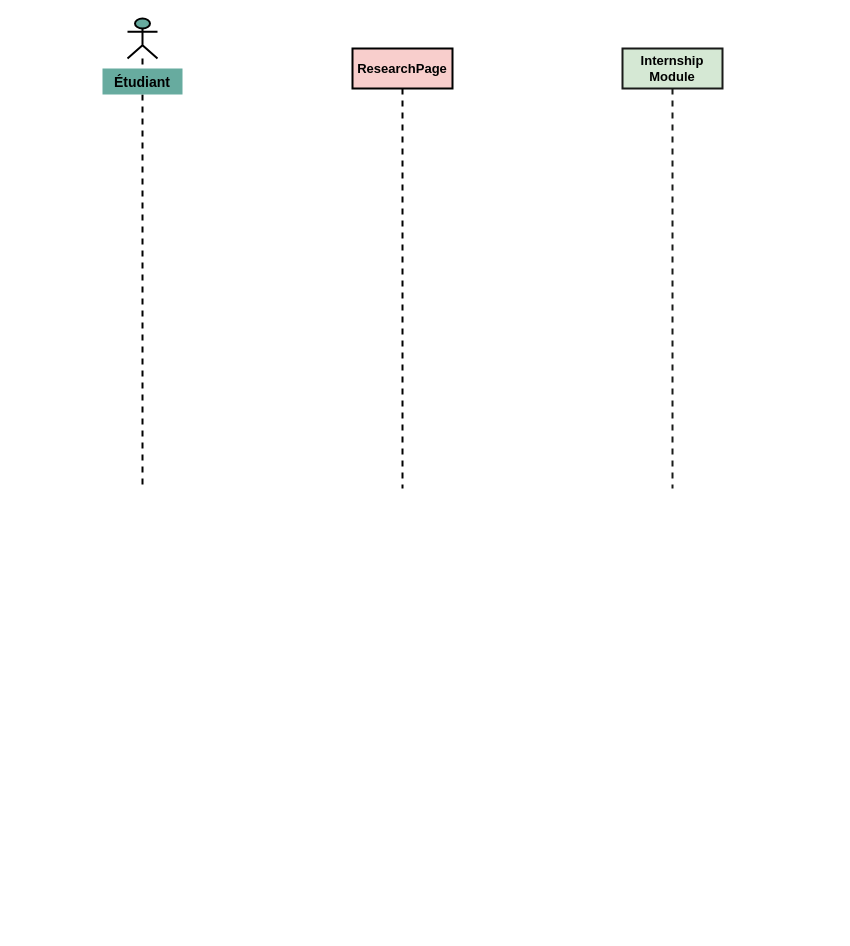
This is Untitled Diagram.drawio from Oussama-El-Benney/Banquejava, a draw.io file, before an edit. Source tidied: cells renumbered, new cells numbered last; positions are measured from the earlier drawing's top-left corner, leaving out a move shared by most shapes. Both pictures are drawn from the tidied source at 100%, with x=0, y=0 at pixel (102, 18).
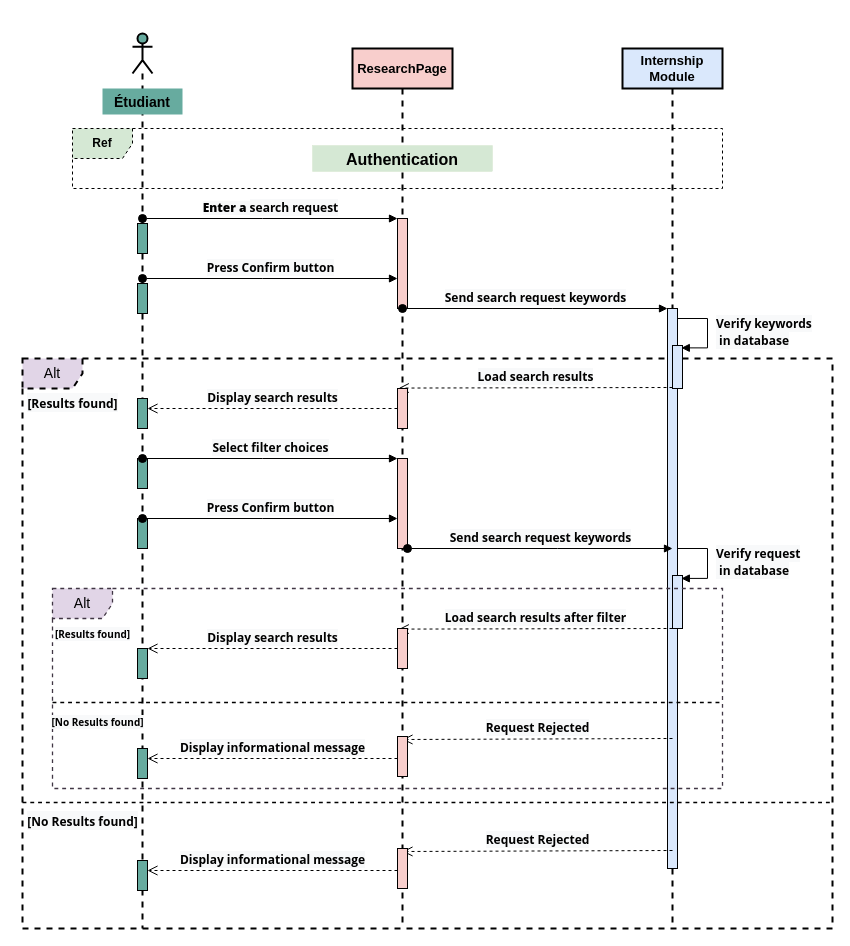
The same page after the edit.

The edit, as a diff of the source:
```diff
@@
+    <mxCell id="6" value="Alt" style="shape=umlFrame;whiteSpace=wrap;html=1;labelBackgroundColor=none;strokeWidth=2;fontSize=14;dashed=1;fillColor=#e1d5e7;strokeColor=#000000;perimeterSpacing=0;spacingRight=0;" parent="1" vertex="1">
+      <mxGeometry x="-80" y="340" width="810" height="570" as="geometry" />
+    </mxCell>
     <mxCell id="2" value="&lt;b&gt;&lt;font style=&quot;font-size: 13px;&quot;&gt;ResearchPage&lt;/font&gt;&lt;/b&gt;" style="shape=umlLifeline;perimeter=lifelinePerimeter;whiteSpace=wrap;html=1;outlineConnect=0;strokeWidth=2;fillColor=#f8cecc;strokeColor=#000000;" parent="1" vertex="1">
-      <mxGeometry x="250" y="30" width="100" height="440" as="geometry" />
+      <mxGeometry x="250" y="30" width="100" height="880" as="geometry" />
     </mxCell>
+    <mxCell id="7" style="html=1;points=[];perimeter=orthogonalPerimeter;labelBackgroundColor=none;strokeColor=#000000;strokeWidth=1;fontSize=16;fillColor=#f8cecc;" parent="2" vertex="1">
+      <mxGeometry x="45" y="170" width="10" height="90" as="geometry" />
+    </mxCell>
-    <mxCell id="3" value="&lt;font style=&quot;font-size: 13px;&quot;&gt;&lt;b&gt;Internship&lt;br&gt;Module&lt;/b&gt;&lt;/font&gt;" style="shape=umlLifeline;perimeter=lifelinePerimeter;whiteSpace=wrap;html=1;strokeWidth=2;fillColor=#d5e8d4;strokeColor=#191a19;" parent="1" vertex="1">
-      <mxGeometry x="520" y="30" width="100" height="440" as="geometry" />
+    <mxCell id="3" value="&lt;font style=&quot;font-size: 13px;&quot;&gt;&lt;b&gt;Internship&lt;br&gt;Module&lt;/b&gt;&lt;/font&gt;" style="shape=umlLifeline;perimeter=lifelinePerimeter;whiteSpace=wrap;html=1;strokeWidth=2;fillColor=#dae8fc;strokeColor=#000000;" parent="1" vertex="1">
+      <mxGeometry x="520" y="30" width="100" height="880" as="geometry" />
     </mxCell>
+    <mxCell id="8" style="html=1;points=[];perimeter=orthogonalPerimeter;labelBackgroundColor=none;strokeColor=#000000;strokeWidth=1;fontSize=14;fillColor=#dae8fc;" parent="3" vertex="1">
+      <mxGeometry x="45" y="260" width="10" height="560" as="geometry" />
+    </mxCell>
+    <mxCell id="9" value="&lt;span style=&quot;box-sizing: content-box; -webkit-font-smoothing: antialiased; font-weight: bolder; font-family: &amp;quot;Open Sans&amp;quot;, &amp;quot;VP Default&amp;quot;; font-size: 12px; text-align: center; background-color: rgb(248, 249, 250);&quot;&gt;Verify keywords&lt;br&gt;&amp;nbsp;in database&lt;/span&gt;" style="edgeStyle=orthogonalEdgeStyle;html=1;align=left;spacingLeft=2;endArrow=block;rounded=0;entryX=0.883;entryY=0.055;fontSize=14;entryDx=0;entryDy=0;entryPerimeter=0;" parent="3" edge="1" target="22">
+      <mxGeometry y="5" relative="1" as="geometry">
+        <mxPoint x="55" y="270" as="sourcePoint" />
+        <Array as="points">
+          <mxPoint x="85" y="270" />
+          <mxPoint x="85" y="299" />
+        </Array>
+      </mxGeometry>
+    </mxCell>
     <mxCell id="4" style="shape=umlLifeline;participant=umlActor;perimeter=lifelinePerimeter;whiteSpace=wrap;html=1;verticalAlign=top;spacingTop=36;outlineConnect=0;fillColor=#67AB9F;align=left;strokeWidth=2;" parent="1" vertex="1">
-      <mxGeometry x="25" width="30" height="470" as="geometry" />
+      <mxGeometry x="30" y="15" width="20" height="895" as="geometry" />
     </mxCell>
+    <mxCell id="10" style="html=1;perimeter=orthogonalPerimeter;labelBackgroundColor=none;strokeColor=#000000;strokeWidth=1;fontSize=16;fillColor=#67ab9f;" parent="4" vertex="1">
+      <mxGeometry x="5" y="190" width="10" height="30" as="geometry" />
+    </mxCell>
+    <mxCell id="11" style="html=1;perimeter=orthogonalPerimeter;labelBackgroundColor=none;strokeColor=#000000;strokeWidth=1;fontSize=16;fillColor=#67ab9f;" parent="4" vertex="1">
+      <mxGeometry x="5" y="250" width="10" height="30" as="geometry" />
+    </mxCell>
-    <mxCell id="5" value="Étudiant" style="text;align=center;fontStyle=1;verticalAlign=middle;spacingLeft=3;spacingRight=3;strokeColor=none;strokeWidth=2;fontSize=14;fillColor=#67AB9F;" parent="1" vertex="1">
-      <mxGeometry y="50" width="80" height="26" as="geometry" />
+    <mxCell id="5" value="Étudiant" style="text;align=center;fontStyle=1;verticalAlign=middle;spacingLeft=3;spacingRight=3;strokeColor=none;strokeWidth=2;fontSize=14;fillColor=#67AB9F;" parent="4" vertex="1">
+      <mxGeometry x="-30" y="55" width="80" height="26" as="geometry" />
     </mxCell>
+    <mxCell id="12" value="Ref" style="shape=umlFrame;whiteSpace=wrap;html=1;fillColor=#d5e8d4;strokeColor=#000000;fontStyle=1;dashed=1;" parent="1" vertex="1">
+      <mxGeometry x="-30" y="110" width="650" height="60" as="geometry" />
+    </mxCell>
+    <mxCell id="13" value="Authentication" style="text;align=center;fontStyle=1;verticalAlign=middle;spacingLeft=3;spacingRight=3;strokeColor=#82b366;fontSize=16;labelBackgroundColor=none;fillColor=#d5e8d4;strokeWidth=0;" parent="1" vertex="1">
+      <mxGeometry x="210" y="127" width="180" height="26" as="geometry" />
+    </mxCell>
+    <mxCell id="14" value="&lt;font style=&quot;box-sizing: content-box; -webkit-font-smoothing: antialiased; font-family: &amp;quot;Open Sans&amp;quot;, &amp;quot;VP Default&amp;quot;; font-weight: 700; background-color: rgb(248, 249, 250);&quot; size=&quot;1&quot;&gt;&lt;span style=&quot;box-sizing: content-box; -webkit-font-smoothing: antialiased; font-weight: bolder; font-size: 12px;&quot;&gt;Enter a&amp;nbsp;&lt;/span&gt;&lt;/font&gt;&lt;span style=&quot;font-family: &amp;quot;Open Sans&amp;quot;, &amp;quot;VP Default&amp;quot;; font-size: 12px; font-weight: 700; background-color: rgb(248, 249, 250);&quot;&gt;search request&lt;/span&gt;" style="html=1;verticalAlign=bottom;startArrow=oval;endArrow=block;startSize=8;rounded=0;fontSize=16;" parent="1" edge="1" source="4" target="7">
+      <mxGeometry relative="1" as="geometry">
+        <Array as="points">
+          <mxPoint x="160" y="200" />
+        </Array>
+      </mxGeometry>
+    </mxCell>
+    <mxCell id="15" value="&lt;span style=&quot;box-sizing: content-box; -webkit-font-smoothing: antialiased; font-weight: bolder; font-family: &amp;quot;Open Sans&amp;quot;, &amp;quot;VP Default&amp;quot;; font-size: 12px; background-color: rgb(248, 249, 250);&quot;&gt;Press Confirm button&lt;/span&gt;" style="html=1;verticalAlign=bottom;startArrow=oval;endArrow=block;startSize=8;rounded=0;fontSize=16;" parent="1" edge="1">
+      <mxGeometry relative="1" as="geometry">
+        <mxPoint x="40" y="260" as="sourcePoint" />
+        <mxPoint x="295" y="260" as="targetPoint" />
+        <Array as="points">
+          <mxPoint x="160" y="260" />
+        </Array>
+      </mxGeometry>
+    </mxCell>
+    <mxCell id="16" value="&lt;span style=&quot;box-sizing: content-box; -webkit-font-smoothing: antialiased; font-weight: bolder; font-family: &amp;quot;Open Sans&amp;quot;, &amp;quot;VP Default&amp;quot;; font-size: 12px; background-color: rgb(248, 249, 250);&quot;&gt;Send search request keywords&lt;/span&gt;" style="html=1;verticalAlign=bottom;startArrow=oval;endArrow=block;startSize=8;rounded=0;fontSize=14;" parent="1" edge="1" source="2" target="8">
+      <mxGeometry relative="1" as="geometry">
+        <Array as="points">
+          <mxPoint x="450" y="290" />
+        </Array>
+      </mxGeometry>
+    </mxCell>
+    <mxCell id="17" value="&lt;span style=&quot;box-sizing: content-box; -webkit-font-smoothing: antialiased; font-weight: bolder; font-family: &amp;quot;Open Sans&amp;quot;, &amp;quot;VP Default&amp;quot;; background-color: rgb(248, 249, 250);&quot;&gt;&lt;font style=&quot;font-size: 12px;&quot;&gt;[Results found]&lt;/font&gt;&lt;/span&gt;" style="text;html=1;align=center;verticalAlign=middle;strokeColor=none;fillColor=none;fontSize=14;" parent="1" vertex="1">
+      <mxGeometry x="-85" y="370" width="110" height="30" as="geometry" />
+    </mxCell>
+    <mxCell id="18" value="&lt;span style=&quot;box-sizing: content-box; -webkit-font-smoothing: antialiased; font-weight: bolder; font-family: &amp;quot;Open Sans&amp;quot;, &amp;quot;VP Default&amp;quot;; font-size: 12px; background-color: rgb(248, 249, 250);&quot;&gt;&lt;font style=&quot;box-sizing: content-box; -webkit-font-smoothing: antialiased;&quot;&gt;Load search results&lt;/font&gt;&lt;/span&gt;" style="html=1;verticalAlign=bottom;endArrow=open;dashed=1;endSize=8;rounded=0;fontSize=14;entryX=0.128;entryY=-0.011;entryDx=0;entryDy=0;entryPerimeter=0;" parent="1" edge="1" target="19">
+      <mxGeometry relative="1" as="geometry">
+        <mxPoint x="570" y="369" as="sourcePoint" />
+      </mxGeometry>
+    </mxCell>
+    <mxCell id="19" style="html=1;points=[];perimeter=orthogonalPerimeter;labelBackgroundColor=none;strokeColor=#000000;strokeWidth=1;fontSize=14;fillColor=#f8cecc;" parent="1" vertex="1">
+      <mxGeometry x="295" y="370" width="10" height="40" as="geometry" />
+    </mxCell>
+    <mxCell id="20" value="&lt;span style=&quot;box-sizing: content-box; -webkit-font-smoothing: antialiased; font-weight: bolder; font-family: &amp;quot;Open Sans&amp;quot;, &amp;quot;VP Default&amp;quot;; font-size: 12px; background-color: rgb(248, 249, 250);&quot;&gt;Display search results&lt;/span&gt;" style="html=1;verticalAlign=bottom;endArrow=open;dashed=1;endSize=8;rounded=0;fontSize=14;" parent="1" edge="1" source="19" target="21">
+      <mxGeometry relative="1" as="geometry" />
+    </mxCell>
+    <mxCell id="21" style="html=1;points=[];perimeter=orthogonalPerimeter;labelBackgroundColor=none;strokeColor=#000000;strokeWidth=1;fontSize=16;fillColor=#67ab9f;" parent="1" vertex="1">
+      <mxGeometry x="35" y="380" width="10" height="30" as="geometry" />
+    </mxCell>
+    <mxCell id="22" style="html=1;points=[];perimeter=orthogonalPerimeter;labelBackgroundColor=none;strokeColor=#000000;strokeWidth=1;fontSize=16;fillColor=#dae8fc;" parent="1" vertex="1">
+      <mxGeometry x="570" y="327" width="10" height="43" as="geometry" />
+    </mxCell>
+    <mxCell id="23" style="html=1;perimeter=orthogonalPerimeter;labelBackgroundColor=none;strokeColor=#000000;strokeWidth=1;fontSize=16;fillColor=#67ab9f;" parent="1" vertex="1">
+      <mxGeometry x="35" y="440" width="10" height="30" as="geometry" />
+    </mxCell>
+    <mxCell id="24" style="html=1;perimeter=orthogonalPerimeter;labelBackgroundColor=none;strokeColor=#000000;strokeWidth=1;fontSize=16;fillColor=#67ab9f;" parent="1" vertex="1">
+      <mxGeometry x="35" y="500" width="10" height="30" as="geometry" />
+    </mxCell>
+    <mxCell id="25" value="&lt;span style=&quot;box-sizing: content-box; -webkit-font-smoothing: antialiased; font-weight: bolder; font-family: &amp;quot;Open Sans&amp;quot;, &amp;quot;VP Default&amp;quot;; font-size: 12px; background-color: rgb(248, 249, 250);&quot;&gt;Select filter choices&lt;/span&gt;" style="html=1;verticalAlign=bottom;startArrow=oval;endArrow=block;startSize=8;rounded=0;fontSize=16;" parent="1" edge="1">
+      <mxGeometry relative="1" as="geometry">
+        <mxPoint x="40" y="440" as="sourcePoint" />
+        <mxPoint x="295" y="440" as="targetPoint" />
+        <Array as="points">
+          <mxPoint x="160" y="440" />
+        </Array>
+      </mxGeometry>
+    </mxCell>
+    <mxCell id="26" value="&lt;span style=&quot;font-family: &amp;quot;Open Sans&amp;quot;, &amp;quot;VP Default&amp;quot;; font-size: 12px; background-color: rgb(248, 249, 250);&quot;&gt;&lt;b&gt;Press Confirm button&lt;/b&gt;&lt;/span&gt;" style="html=1;verticalAlign=bottom;startArrow=oval;endArrow=block;startSize=8;rounded=0;fontSize=16;" parent="1" edge="1">
+      <mxGeometry relative="1" as="geometry">
+        <mxPoint x="40" y="500" as="sourcePoint" />
+        <mxPoint x="295" y="500" as="targetPoint" />
+        <Array as="points">
+          <mxPoint x="160" y="500" />
+        </Array>
+      </mxGeometry>
+    </mxCell>
+    <mxCell id="27" style="html=1;perimeter=orthogonalPerimeter;labelBackgroundColor=none;strokeColor=#000000;strokeWidth=1;fontSize=16;fillColor=#f8cecc;" parent="1" vertex="1">
+      <mxGeometry x="295" y="440" width="10" height="90" as="geometry" />
+    </mxCell>
+    <mxCell id="28" value="&lt;span style=&quot;box-sizing: content-box; -webkit-font-smoothing: antialiased; font-weight: bolder; font-family: &amp;quot;Open Sans&amp;quot;, &amp;quot;VP Default&amp;quot;; font-size: 12px; background-color: rgb(248, 249, 250);&quot;&gt;Send search request keywords&lt;/span&gt;" style="html=1;verticalAlign=bottom;startArrow=oval;endArrow=block;startSize=8;rounded=0;fontSize=14;" parent="1" edge="1">
+      <mxGeometry relative="1" as="geometry">
+        <mxPoint x="305" y="530" as="sourcePoint" />
+        <mxPoint x="570" y="530" as="targetPoint" />
+        <Array as="points">
+          <mxPoint x="455" y="530" />
+        </Array>
+      </mxGeometry>
+    </mxCell>
+    <mxCell id="29" value="&lt;span style=&quot;box-sizing: content-box; -webkit-font-smoothing: antialiased; font-weight: bolder; font-family: &amp;quot;Open Sans&amp;quot;, &amp;quot;VP Default&amp;quot;; font-size: 12px; text-align: center; background-color: rgb(248, 249, 250);&quot;&gt;Verify request&lt;br&gt;&amp;nbsp;in database&lt;/span&gt;" style="edgeStyle=orthogonalEdgeStyle;html=1;align=left;spacingLeft=2;endArrow=block;rounded=0;entryX=0.883;entryY=0.055;fontSize=14;entryDx=0;entryDy=0;entryPerimeter=0;" parent="1" edge="1" target="30">
+      <mxGeometry y="5" relative="1" as="geometry">
+        <mxPoint x="575" y="530" as="sourcePoint" />
+        <Array as="points">
+          <mxPoint x="605" y="530" />
+          <mxPoint x="605" y="559" />
+        </Array>
+      </mxGeometry>
+    </mxCell>
+    <mxCell id="30" style="html=1;points=[];perimeter=orthogonalPerimeter;labelBackgroundColor=none;strokeColor=#000000;strokeWidth=1;fontSize=16;fillColor=#dae8fc;" parent="1" vertex="1">
+      <mxGeometry x="570" y="557" width="10" height="53" as="geometry" />
+    </mxCell>
+    <mxCell id="31" value="Alt" style="shape=umlFrame;whiteSpace=wrap;html=1;labelBackgroundColor=none;strokeColor=#403644;strokeWidth=1.3;fontSize=14;fillColor=#e1d5e7;dashed=1;" parent="1" vertex="1">
+      <mxGeometry x="-50" y="570" width="670" height="200" as="geometry" />
+    </mxCell>
+    <mxCell id="32" value="&lt;span style=&quot;box-sizing: content-box; -webkit-font-smoothing: antialiased; font-weight: bolder; font-family: &amp;quot;Open Sans&amp;quot;, &amp;quot;VP Default&amp;quot;; font-size: x-small; background-color: rgb(248, 249, 250);&quot;&gt;[Results found]&lt;/span&gt;" style="text;html=1;align=center;verticalAlign=middle;strokeColor=none;fillColor=none;fontSize=14;" parent="1" vertex="1">
+      <mxGeometry x="-60" y="600" width="100" height="30" as="geometry" />
+    </mxCell>
+    <mxCell id="33" value="&lt;span style=&quot;box-sizing: content-box; -webkit-font-smoothing: antialiased; font-weight: bolder; font-family: &amp;quot;Open Sans&amp;quot;, &amp;quot;VP Default&amp;quot;; font-size: 12px; background-color: rgb(248, 249, 250);&quot;&gt;&lt;font style=&quot;box-sizing: content-box; -webkit-font-smoothing: antialiased;&quot;&gt;Load search results after filter&lt;/font&gt;&lt;/span&gt;" style="html=1;verticalAlign=bottom;endArrow=open;dashed=1;endSize=8;rounded=0;fontSize=14;entryX=0.128;entryY=-0.011;entryDx=0;entryDy=0;entryPerimeter=0;" parent="1" edge="1">
+      <mxGeometry relative="1" as="geometry">
+        <mxPoint x="570" y="610" as="sourcePoint" />
+        <mxPoint x="296.3" y="610.6" as="targetPoint" />
+      </mxGeometry>
+    </mxCell>
+    <mxCell id="34" style="html=1;perimeter=orthogonalPerimeter;labelBackgroundColor=none;strokeColor=#000000;strokeWidth=1;fontSize=14;fillColor=#f8cecc;" parent="1" vertex="1">
+      <mxGeometry x="295" y="610" width="10" height="40" as="geometry" />
+    </mxCell>
+    <mxCell id="35" value="&lt;span style=&quot;box-sizing: content-box; -webkit-font-smoothing: antialiased; font-weight: bolder; font-family: &amp;quot;Open Sans&amp;quot;, &amp;quot;VP Default&amp;quot;; font-size: 12px; background-color: rgb(248, 249, 250);&quot;&gt;Display search results&lt;/span&gt;" style="html=1;verticalAlign=bottom;endArrow=open;dashed=1;endSize=8;rounded=0;fontSize=14;" parent="1" edge="1" target="36">
+      <mxGeometry relative="1" as="geometry">
+        <mxPoint x="295" y="630" as="sourcePoint" />
+      </mxGeometry>
+    </mxCell>
+    <mxCell id="36" style="html=1;points=[];perimeter=orthogonalPerimeter;labelBackgroundColor=none;strokeColor=#000000;strokeWidth=1;fontSize=16;fillColor=#67ab9f;" parent="1" vertex="1">
+      <mxGeometry x="35" y="630" width="10" height="30" as="geometry" />
+    </mxCell>
+    <mxCell id="37" style="line;strokeWidth=1.3;fillColor=none;align=left;verticalAlign=middle;spacingTop=-1;spacingLeft=3;spacingRight=3;labelPosition=right;strokeColor=inherit;dashed=1;labelBackgroundColor=none;fontSize=14;" parent="1" vertex="1">
+      <mxGeometry x="-50" y="680" width="670" height="8" as="geometry" />
+    </mxCell>
+    <mxCell id="38" value="&lt;span style=&quot;box-sizing: content-box; -webkit-font-smoothing: antialiased; font-weight: bolder; font-family: &amp;quot;Open Sans&amp;quot;, &amp;quot;VP Default&amp;quot;; font-size: x-small; background-color: rgb(248, 249, 250);&quot;&gt;[No Results found]&lt;/span&gt;" style="text;html=1;align=center;verticalAlign=middle;strokeColor=none;fillColor=none;fontSize=14;" parent="1" vertex="1">
+      <mxGeometry x="-65" y="688" width="120" height="30" as="geometry" />
+    </mxCell>
+    <mxCell id="39" value="&lt;span style=&quot;box-sizing: content-box; -webkit-font-smoothing: antialiased; font-weight: bolder; font-family: &amp;quot;Open Sans&amp;quot;, &amp;quot;VP Default&amp;quot;; font-size: 12px; background-color: rgb(248, 249, 250);&quot;&gt;Request Rejected&lt;/span&gt;" style="html=1;verticalAlign=bottom;endArrow=open;dashed=1;endSize=8;rounded=0;fontSize=14;" parent="1" edge="1">
+      <mxGeometry relative="1" as="geometry">
+        <mxPoint x="570" y="720" as="sourcePoint" />
+        <mxPoint x="300" y="721" as="targetPoint" />
+      </mxGeometry>
+    </mxCell>
+    <mxCell id="40" value="&lt;span style=&quot;font-family: &amp;quot;Open Sans&amp;quot;, &amp;quot;VP Default&amp;quot;; font-size: 12px; background-color: rgb(248, 249, 250);&quot;&gt;&lt;b&gt;Display informational message&lt;/b&gt;&lt;/span&gt;" style="html=1;verticalAlign=bottom;endArrow=open;dashed=1;endSize=8;rounded=0;fontSize=14;" parent="1" edge="1" target="42">
+      <mxGeometry relative="1" as="geometry">
+        <mxPoint x="295" y="740" as="sourcePoint" />
+      </mxGeometry>
+    </mxCell>
+    <mxCell id="41" style="html=1;perimeter=orthogonalPerimeter;labelBackgroundColor=none;strokeColor=#000000;strokeWidth=1;fontSize=14;fillColor=#f8cecc;" parent="1" vertex="1">
+      <mxGeometry x="295" y="718" width="10" height="40" as="geometry" />
+    </mxCell>
+    <mxCell id="42" style="html=1;points=[];perimeter=orthogonalPerimeter;labelBackgroundColor=none;strokeColor=#000000;strokeWidth=1;fontSize=16;fillColor=#67ab9f;" parent="1" vertex="1">
+      <mxGeometry x="35" y="730" width="10" height="30" as="geometry" />
+    </mxCell>
+    <mxCell id="43" value="&lt;span style=&quot;box-sizing: content-box; -webkit-font-smoothing: antialiased; font-weight: bolder; font-family: &amp;quot;Open Sans&amp;quot;, &amp;quot;VP Default&amp;quot;; font-size: 12px; background-color: rgb(248, 249, 250);&quot;&gt;Request Rejected&lt;/span&gt;" style="html=1;verticalAlign=bottom;endArrow=open;dashed=1;endSize=8;rounded=0;fontSize=14;" parent="1" edge="1">
+      <mxGeometry relative="1" as="geometry">
+        <mxPoint x="570" y="832" as="sourcePoint" />
+        <mxPoint x="300" y="833" as="targetPoint" />
+      </mxGeometry>
+    </mxCell>
+    <mxCell id="44" value="&lt;span style=&quot;font-family: &amp;quot;Open Sans&amp;quot;, &amp;quot;VP Default&amp;quot;; font-size: 12px; background-color: rgb(248, 249, 250);&quot;&gt;&lt;b&gt;Display informational message&lt;/b&gt;&lt;/span&gt;" style="html=1;verticalAlign=bottom;endArrow=open;dashed=1;endSize=8;rounded=0;fontSize=14;" parent="1" edge="1" target="46">
+      <mxGeometry relative="1" as="geometry">
+        <mxPoint x="295" y="852" as="sourcePoint" />
+      </mxGeometry>
+    </mxCell>
+    <mxCell id="45" style="html=1;perimeter=orthogonalPerimeter;labelBackgroundColor=none;strokeColor=#000000;strokeWidth=1;fontSize=14;fillColor=#f8cecc;" parent="1" vertex="1">
+      <mxGeometry x="295" y="830" width="10" height="40" as="geometry" />
+    </mxCell>
+    <mxCell id="46" style="html=1;points=[];perimeter=orthogonalPerimeter;labelBackgroundColor=none;strokeColor=#000000;strokeWidth=1;fontSize=16;fillColor=#67ab9f;" parent="1" vertex="1">
+      <mxGeometry x="35" y="842" width="10" height="30" as="geometry" />
+    </mxCell>
+    <mxCell id="47" style="line;strokeWidth=1.3;fillColor=none;align=left;verticalAlign=middle;spacingTop=-1;spacingLeft=3;spacingRight=3;labelPosition=right;strokeColor=inherit;dashed=1;labelBackgroundColor=none;fontSize=14;" parent="1" vertex="1">
+      <mxGeometry x="-80" y="780" width="810" height="8" as="geometry" />
+    </mxCell>
+    <mxCell id="48" value="&lt;span style=&quot;box-sizing: content-box; -webkit-font-smoothing: antialiased; font-weight: bolder; font-family: &amp;quot;Open Sans&amp;quot;, &amp;quot;VP Default&amp;quot;; background-color: rgb(248, 249, 250);&quot;&gt;&lt;font style=&quot;font-size: 12px;&quot;&gt;[No Results found]&lt;/font&gt;&lt;/span&gt;" style="text;html=1;align=center;verticalAlign=middle;strokeColor=none;fillColor=none;fontSize=14;" parent="1" vertex="1">
+      <mxGeometry x="-85" y="788" width="130" height="30" as="geometry" />
+    </mxCell>
```
